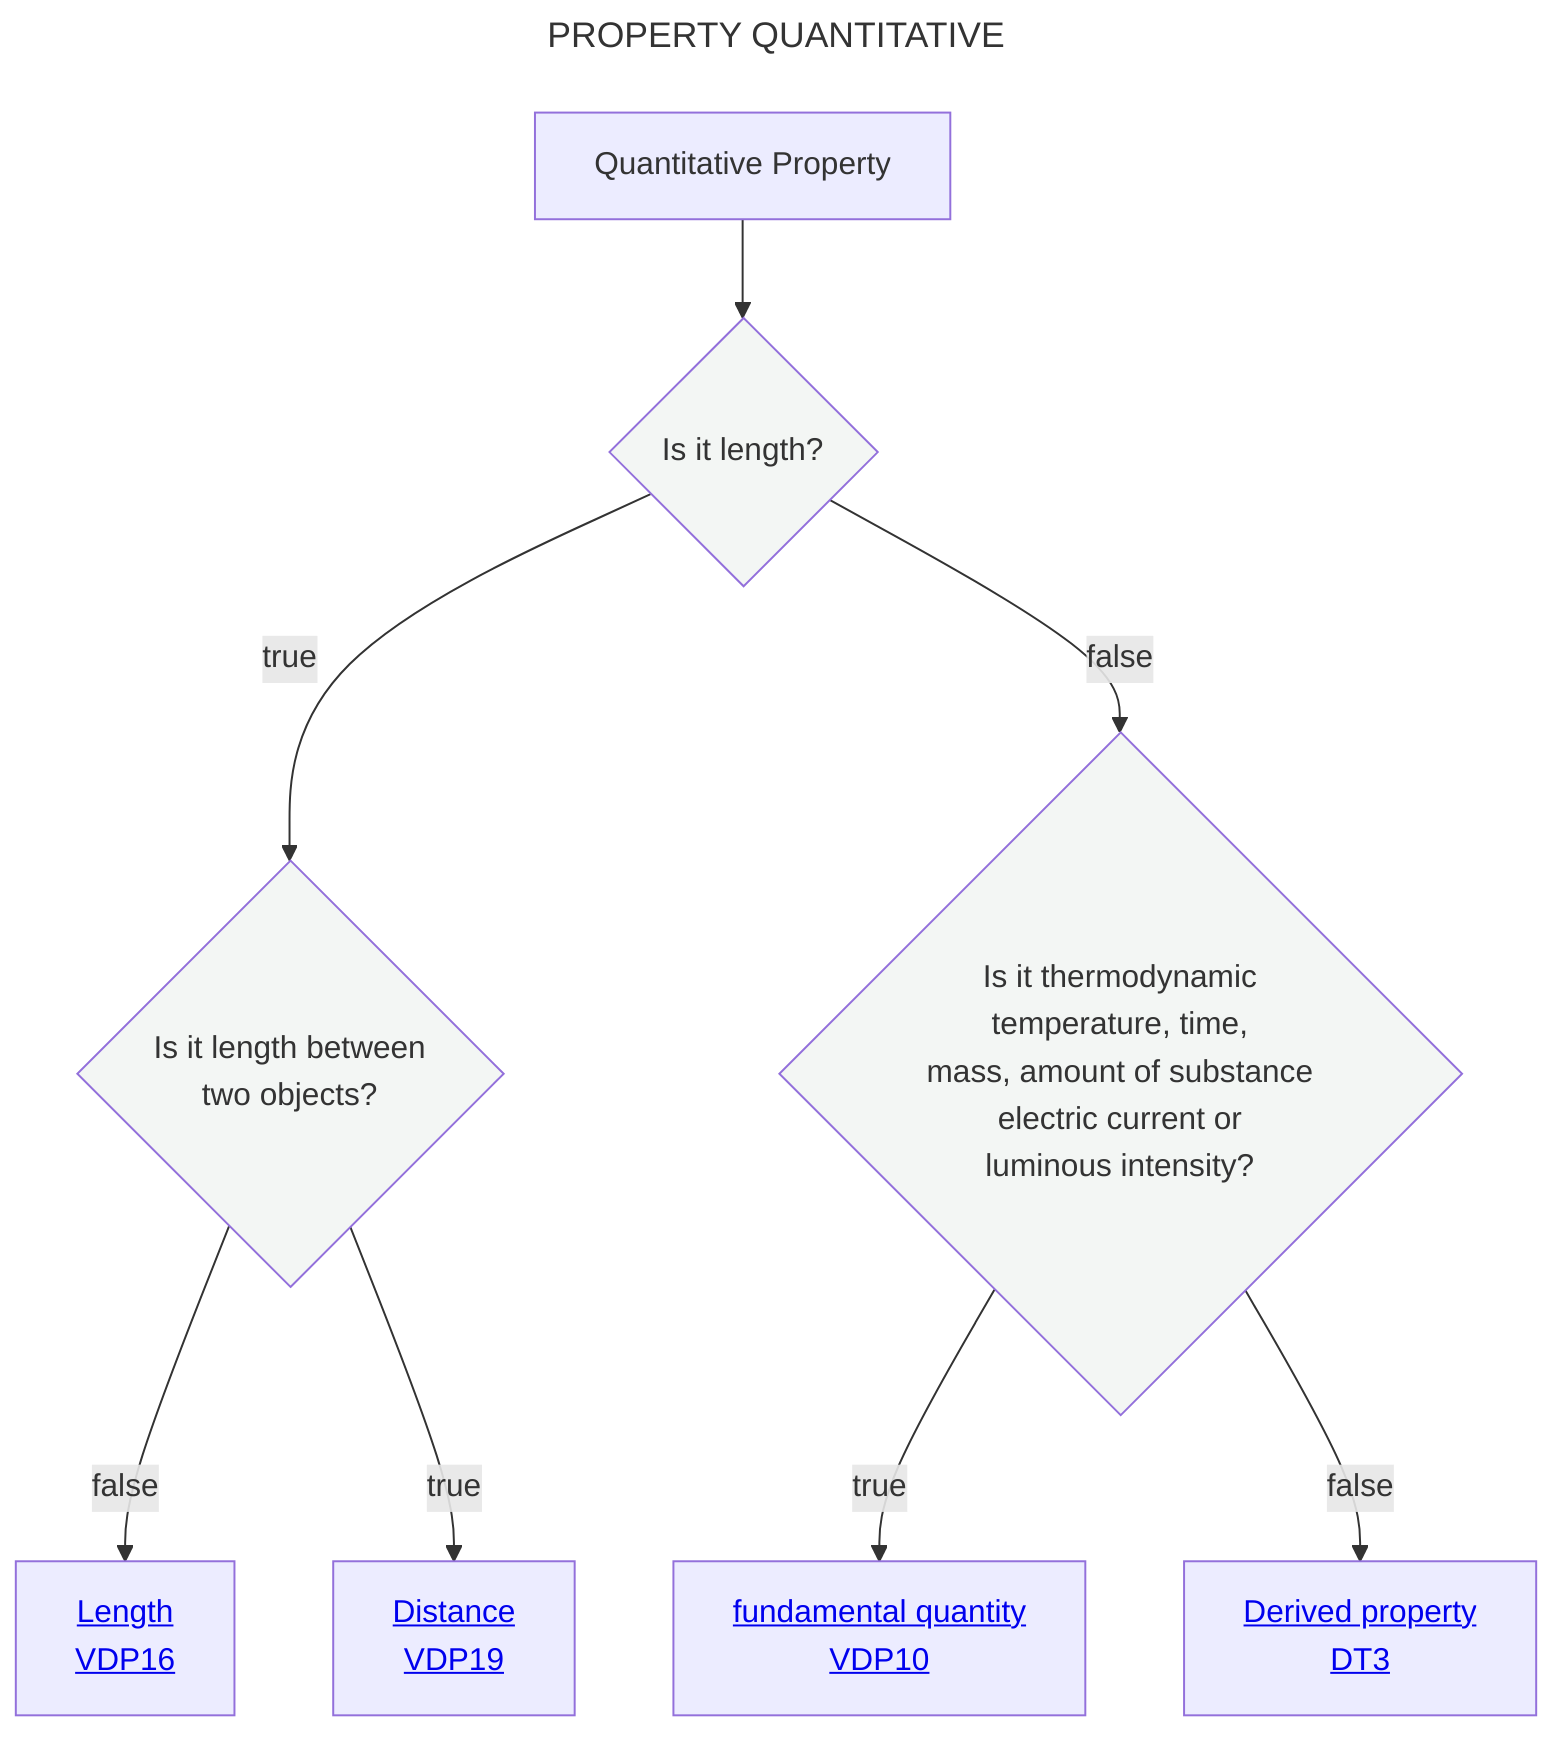
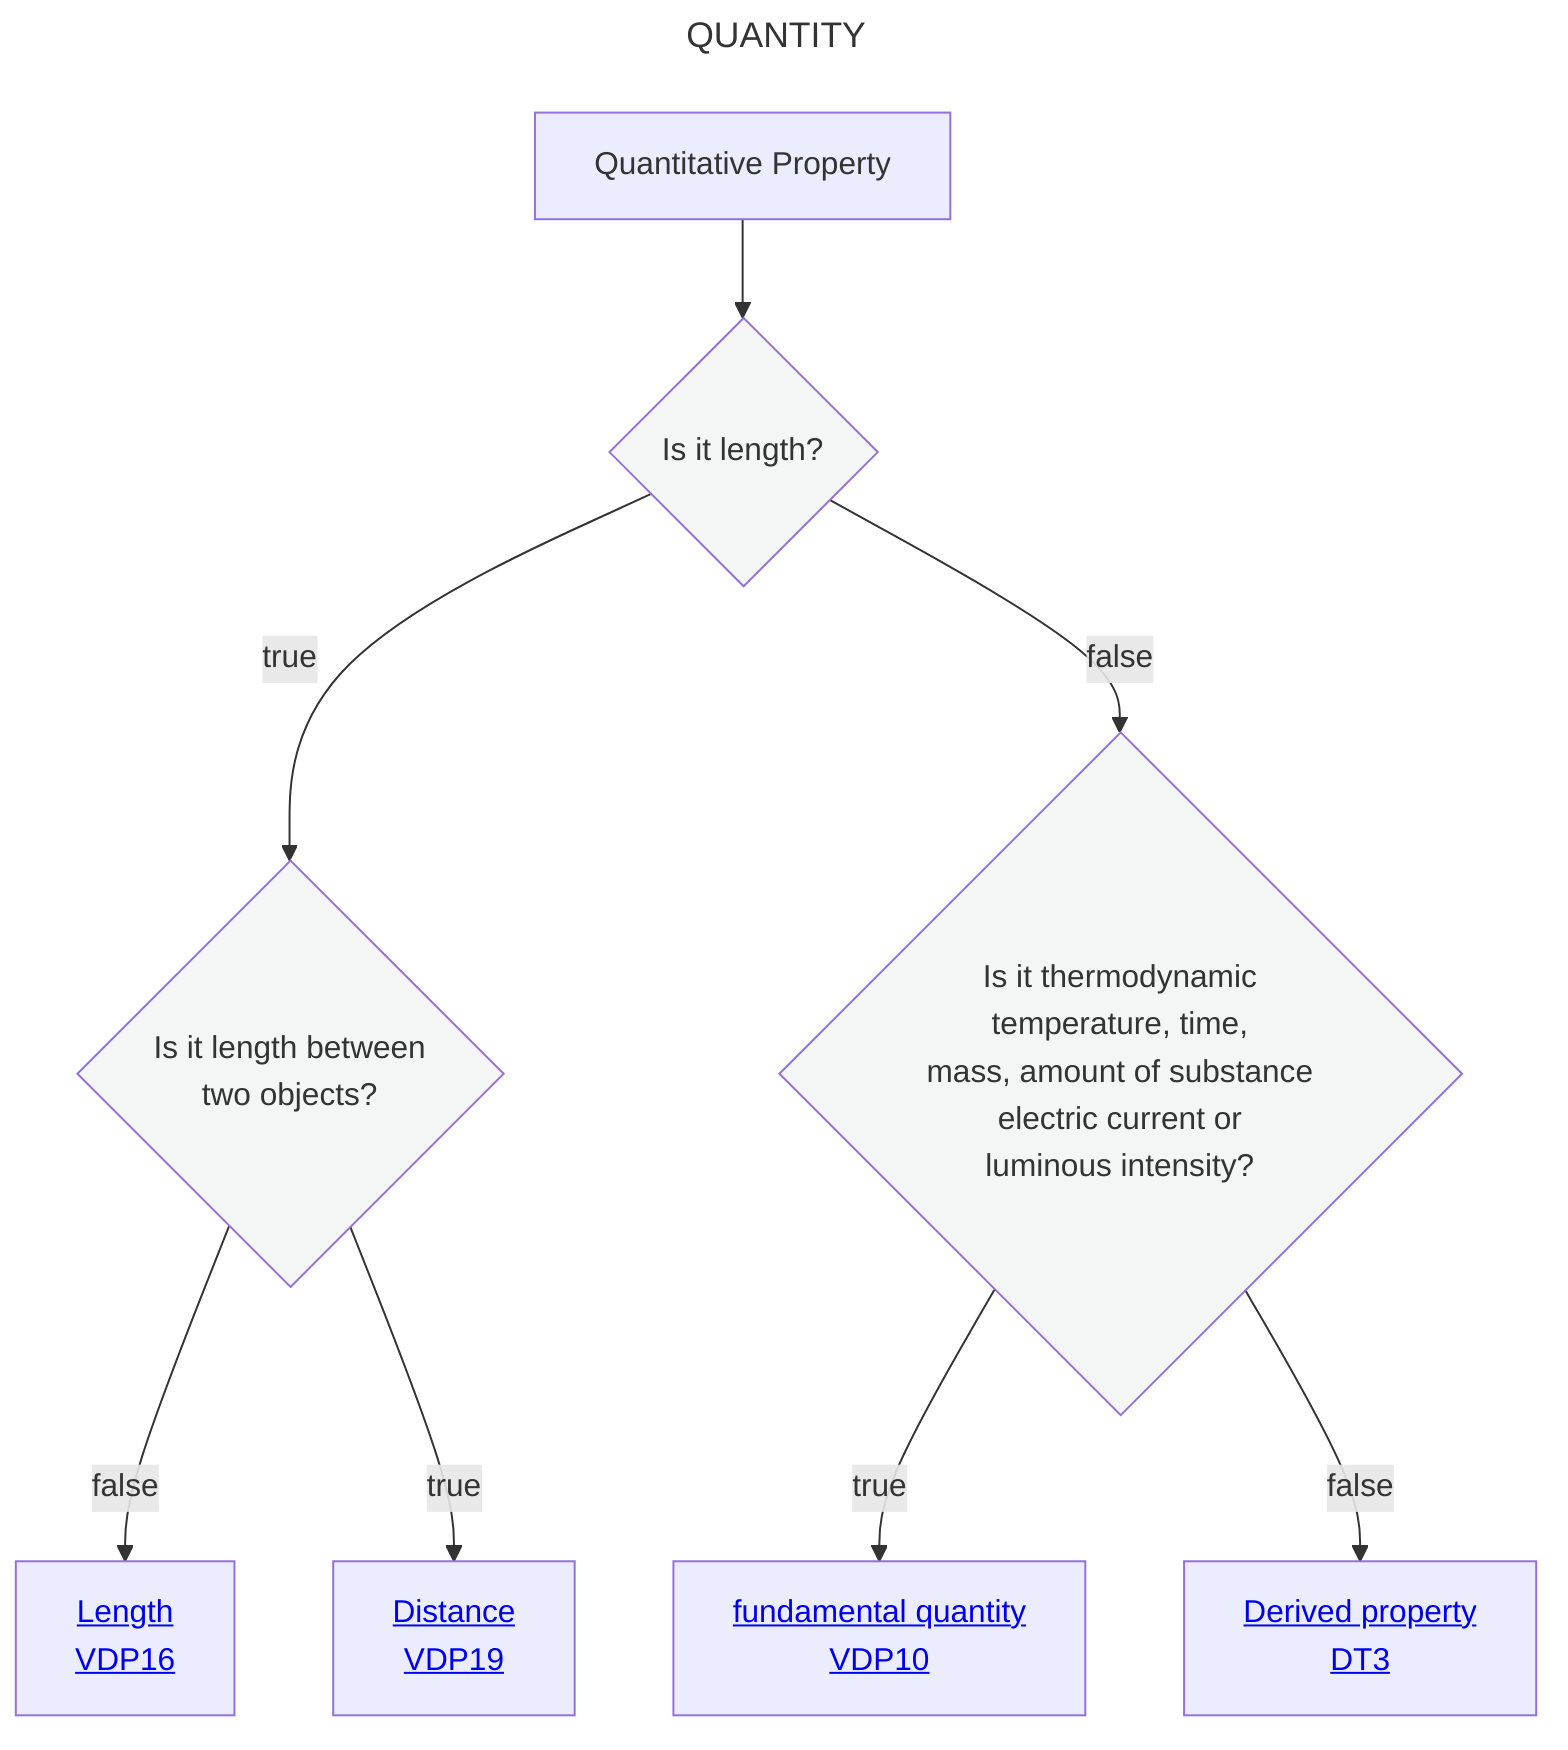
---
- title: PROPERTY QUANTITATIVE
+ title: QUANTITY
---
flowchart TD
    A[Quantitative Property] --> C{Is it length?}:::white
    C --> |true|E{Is it length between <br> two objects?}:::white
    C --> |false|F{Is it thermodynamic <br> temperature, time,  <br> mass, amount of substance <br> electric current or <br> luminous intensity?}:::white
    F --> |true|G[<a href='https://github.com/mabablue/I-ADOPT-patterns-playground/blob/main/pattern/VDP10.yaml'>fundamental quantity <br> VDP10</a>]
    F --> |false|M[<a href='https://github.com/mabablue/I-ADOPT-patterns-playground/blob/main/Decisition_trees/DT3.mmd'>Derived property <br> DT3</a>]
    E --> |false|N[<a href='https://github.com/mabablue/I-ADOPT-patterns-playground/blob/main/pattern/VDP16.yaml'>Length <br> VDP16</a>]
    E --> |true|O[<a href='https://github.com/mabablue/I-ADOPT-patterns-playground/blob/main/pattern/VDP19.yaml'>Distance <br> VDP19</a>]
   classDef blue fill:#90D5FF
   classDef satblue fill:#57B9FF
   classDef white fill:#f3f6f4
   classDef green fill:#6aa84f
